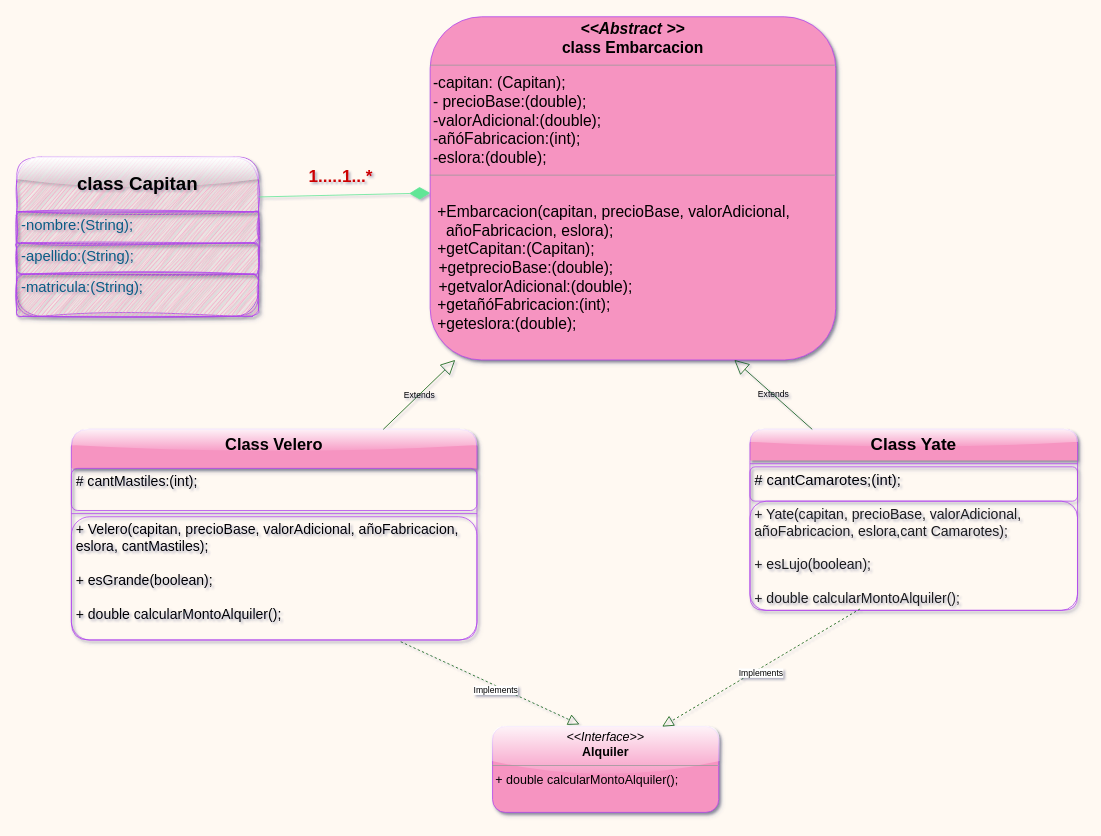
Earlier version of the draw.io diagram src/sistemaAlqulierEmbarcación.drawio (Mariayey12/EJERCICIOWORKSHOPPROGRAMACIONORIENTADA-OBJECTOS). Source tidied: cells renumbered, new cells numbered last; positions are measured from the earlier drawing's top-left corner, leaving out a move shared by most shapes. Both pictures are drawn from the tidied source at 78%, with x=0, y=0 at pixel (16, 16).
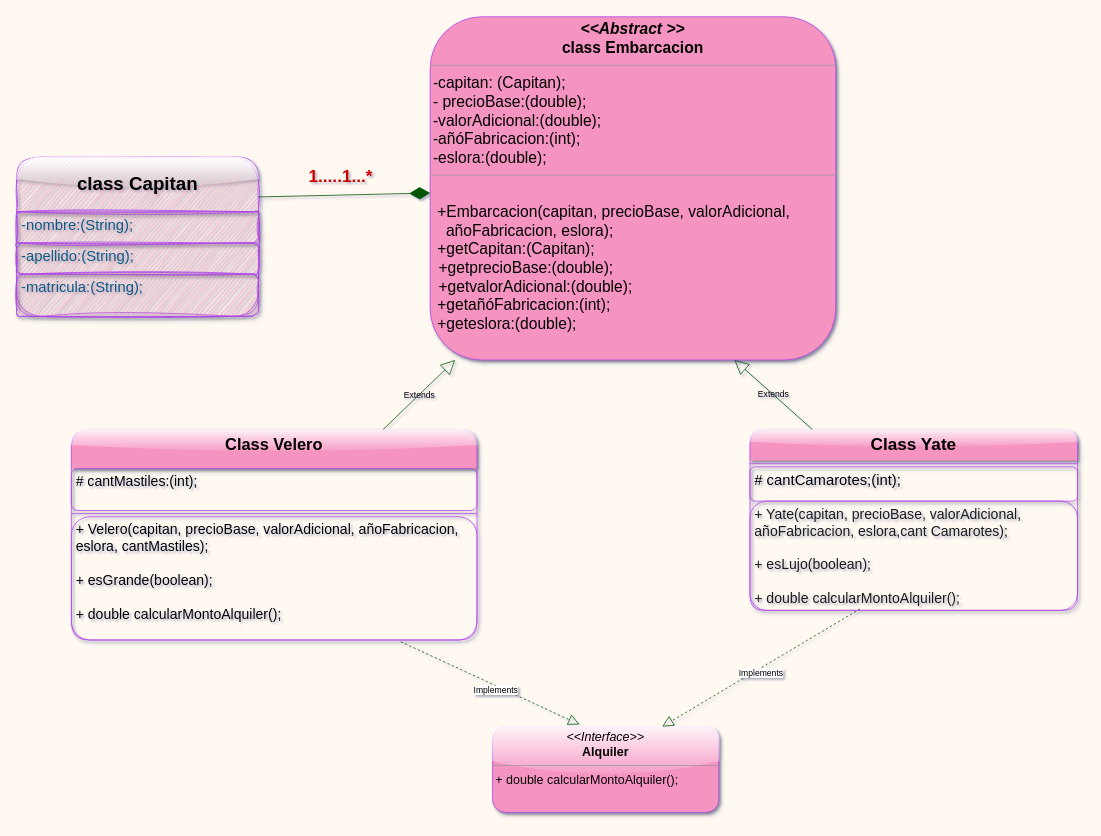
The same page after the edit.

Unchanged cells that the change refers to:
```xml
<mxCell id="4" value="&lt;font color=&quot;#000000&quot; style=&quot;font-size: 24px;&quot;&gt;&lt;b&gt;class Capitan&lt;/b&gt;&lt;/font&gt;" style="swimlane;fontStyle=0;horizontal=1;startSize=70;fillColor=#F694C1;whiteSpace=wrap;html=1;fontColor=#095C86;strokeColor=#AF45ED;rounded=1;swimlaneLine=1;glass=1;sketch=1;curveFitting=1;jiggle=2;shadow=1;labelBackgroundColor=none;" parent="1" vertex="1">
  <mxGeometry y="180" width="310" height="204" as="geometry" />
</mxCell>
<mxCell id="8" value="&lt;p style=&quot;margin: 4px 0px 0px; text-align: center; font-size: 20px;&quot;&gt;&lt;font color=&quot;#000000&quot; style=&quot;font-size: 20px;&quot;&gt;&lt;b&gt;&lt;i style=&quot;&quot;&gt;&amp;lt;&amp;lt;Abstract &amp;gt;&amp;gt;&lt;/i&gt;&lt;br&gt;class Embarcacion&lt;/b&gt;&lt;br&gt;&lt;/font&gt;&lt;/p&gt;&lt;hr style=&quot;font-size: 20px;&quot; size=&quot;1&quot;&gt;&lt;p style=&quot;margin: 0px 0px 0px 4px; font-size: 20px;&quot;&gt;&lt;font color=&quot;#000000&quot; style=&quot;font-size: 20px;&quot;&gt;-capitan: (Capitan);&lt;br&gt;- precioBase:(double);&lt;/font&gt;&lt;/p&gt;&lt;p style=&quot;margin: 0px 0px 0px 4px; font-size: 20px;&quot;&gt;&lt;font color=&quot;#000000&quot; style=&quot;font-size: 20px;&quot;&gt;-valorAdicional:(double);&lt;/font&gt;&lt;/p&gt;&lt;p style=&quot;margin: 0px 0px 0px 4px; font-size: 20px;&quot;&gt;&lt;font color=&quot;#000000&quot; style=&quot;font-size: 20px;&quot;&gt;-añóFabricacion:(int);&lt;/font&gt;&lt;/p&gt;&lt;p style=&quot;margin: 0px 0px 0px 4px; font-size: 20px;&quot;&gt;&lt;font color=&quot;#000000&quot; style=&quot;font-size: 20px;&quot;&gt;-eslora:(double);&lt;/font&gt;&lt;/p&gt;&lt;hr style=&quot;font-size: 20px;&quot; size=&quot;1&quot;&gt;&lt;p style=&quot;margin: 0px 0px 0px 4px; font-size: 20px;&quot;&gt;&lt;font color=&quot;#000000&quot; style=&quot;font-size: 20px;&quot;&gt;&lt;br&gt;&amp;nbsp;+Embarcacion(capitan, precioBase, valorAdicional,&amp;nbsp; &amp;nbsp; &amp;nbsp; &amp;nbsp; &amp;nbsp; &amp;nbsp; &amp;nbsp;añoFabricacion, eslora);&lt;/font&gt;&lt;/p&gt;&lt;p style=&quot;margin: 0px 0px 0px 4px; font-size: 20px;&quot;&gt;&lt;font color=&quot;#000000&quot; style=&quot;font-size: 20px;&quot;&gt;&amp;nbsp;+getCapitan:(Capitan);&amp;nbsp;&lt;/font&gt;&lt;/p&gt;&lt;font color=&quot;#000000&quot; style=&quot;font-size: 20px;&quot;&gt;&amp;nbsp; +getprecioBase:(double);&lt;br&gt;&amp;nbsp; +getvalorAdicional:(double);&lt;/font&gt;&lt;p style=&quot;--tw-border-spacing-x: 0; --tw-border-spacing-y: 0; --tw-translate-x: 0; --tw-translate-y: 0; --tw-rotate: 0; --tw-skew-x: 0; --tw-skew-y: 0; --tw-scale-x: 1; --tw-scale-y: 1; --tw-pan-x: ; --tw-pan-y: ; --tw-pinch-zoom: ; --tw-scroll-snap-strictness: proximity; --tw-ordinal: ; --tw-slashed-zero: ; --tw-numeric-figure: ; --tw-numeric-spacing: ; --tw-numeric-fraction: ; --tw-ring-inset: ; --tw-ring-offset-width: 0px; --tw-ring-offset-color: #fff; --tw-ring-color: rgb(59 130 246 / .5); --tw-ring-offset-shadow: 0 0 #0000; --tw-ring-shadow: 0 0 #0000; --tw-shadow: 0 0 #0000; --tw-shadow-colored: 0 0 #0000; --tw-blur: ; --tw-brightness: ; --tw-contrast: ; --tw-grayscale: ; --tw-hue-rotate: ; --tw-invert: ; --tw-saturate: ; --tw-sepia: ; --tw-drop-shadow: ; --tw-backdrop-blur: ; --tw-backdrop-brightness: ; --tw-backdrop-contrast: ; --tw-backdrop-grayscale: ; --tw-backdrop-hue-rotate: ; --tw-backdrop-invert: ; --tw-backdrop-opacity: ; --tw-backdrop-saturate: ; --tw-backdrop-sepia: ; border-color: var(--border-color); margin: 0px 0px 0px 4px; font-size: 20px;&quot;&gt;&lt;font color=&quot;#000000&quot; style=&quot;font-size: 20px;&quot;&gt;&amp;nbsp;+getañóFabricacion:(int);&lt;/font&gt;&lt;/p&gt;&lt;p style=&quot;--tw-border-spacing-x: 0; --tw-border-spacing-y: 0; --tw-translate-x: 0; --tw-translate-y: 0; --tw-rotate: 0; --tw-skew-x: 0; --tw-skew-y: 0; --tw-scale-x: 1; --tw-scale-y: 1; --tw-pan-x: ; --tw-pan-y: ; --tw-pinch-zoom: ; --tw-scroll-snap-strictness: proximity; --tw-ordinal: ; --tw-slashed-zero: ; --tw-numeric-figure: ; --tw-numeric-spacing: ; --tw-numeric-fraction: ; --tw-ring-inset: ; --tw-ring-offset-width: 0px; --tw-ring-offset-color: #fff; --tw-ring-color: rgb(59 130 246 / .5); --tw-ring-offset-shadow: 0 0 #0000; --tw-ring-shadow: 0 0 #0000; --tw-shadow: 0 0 #0000; --tw-shadow-colored: 0 0 #0000; --tw-blur: ; --tw-brightness: ; --tw-contrast: ; --tw-grayscale: ; --tw-hue-rotate: ; --tw-invert: ; --tw-saturate: ; --tw-sepia: ; --tw-drop-shadow: ; --tw-backdrop-blur: ; --tw-backdrop-brightness: ; --tw-backdrop-contrast: ; --tw-backdrop-grayscale: ; --tw-backdrop-hue-rotate: ; --tw-backdrop-invert: ; --tw-backdrop-opacity: ; --tw-backdrop-saturate: ; --tw-backdrop-sepia: ; border-color: var(--border-color); margin: 0px 0px 0px 4px; font-size: 20px;&quot;&gt;&lt;font color=&quot;#000000&quot; style=&quot;font-size: 20px;&quot;&gt;&amp;nbsp;+geteslora:(double);&lt;/font&gt;&lt;/p&gt;" style="verticalAlign=top;align=left;overflow=fill;fontSize=12;fontFamily=Helvetica;html=1;whiteSpace=wrap;fillColor=#F694C1;strokeColor=#AF45ED;rounded=1;shadow=1;glass=0;labelBackgroundColor=none;fontColor=#095C86;" parent="1" vertex="1">
  <mxGeometry x="530" width="520" height="440" as="geometry" />
</mxCell>
```

What changed in the source:
```diff
@@
-    <mxCell id="20" style="endArrow=diamondThin;endFill=1;endSize=24;html=1;rounded=0;fontFamily=Helvetica;fontSize=12;fontColor=default;exitX=1;exitY=0.25;exitDx=0;exitDy=0;strokeColor=#60E696;labelBackgroundColor=none;" parent="1" edge="1" source="4" target="8">
+    <mxCell id="20" style="endArrow=diamondThin;endFill=1;endSize=24;html=1;rounded=0;fontFamily=Helvetica;fontSize=12;fontColor=default;exitX=1;exitY=0.25;exitDx=0;exitDy=0;strokeColor=#005700;labelBackgroundColor=none;fillColor=#008a00;" parent="1" edge="1" source="4" target="8">
       <mxGeometry relative="1" as="geometry" />
     </mxCell>
```
